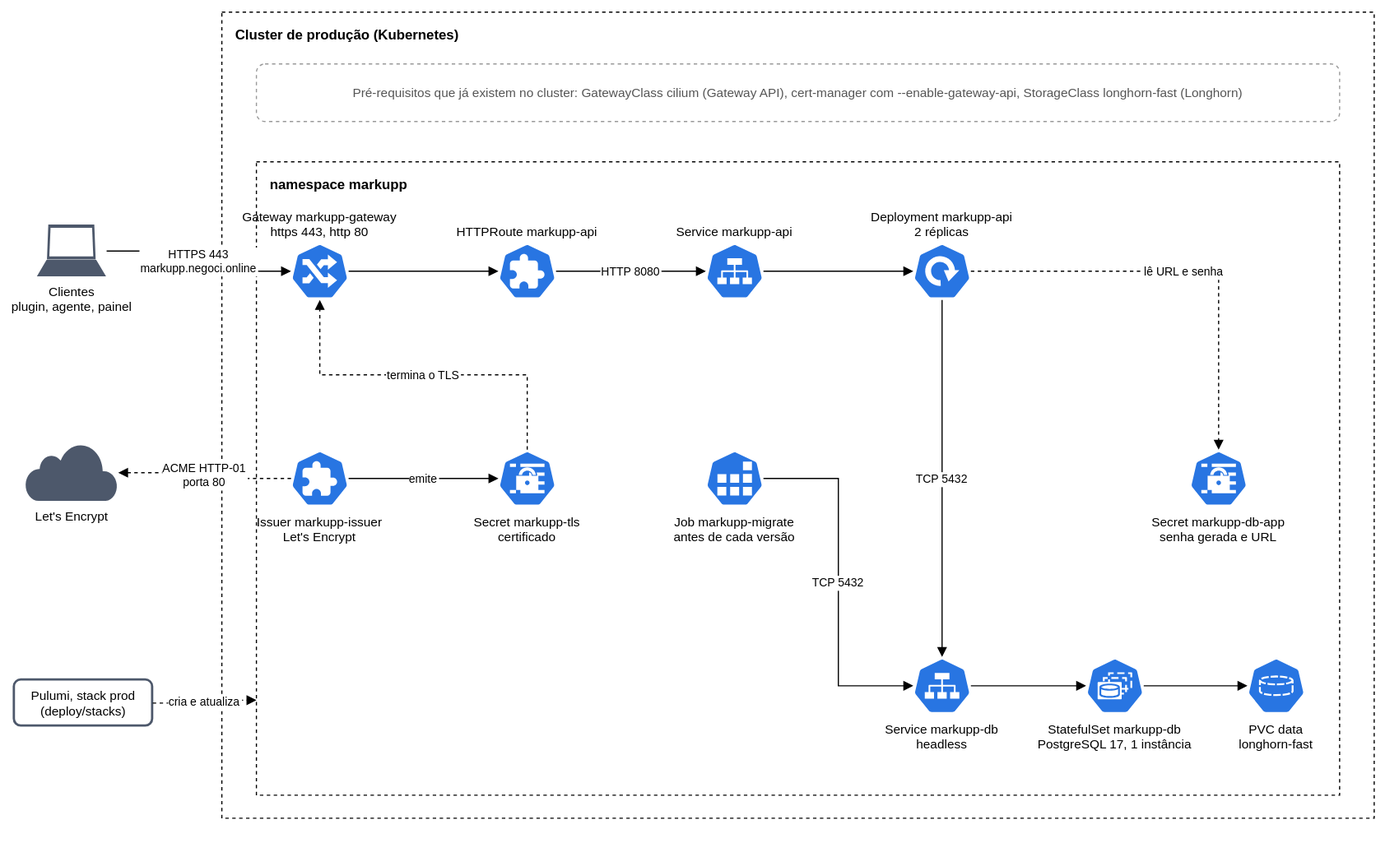
markupp-labs/markupp keeps this draw.io diagram as docs/diagrama-de-implantacao.drawio.svg. Above is the earlier version. Source tidied: cells renumbered, new cells last; positions are measured from the earlier drawing's top-left corner, leaving out a move shared by most shapes. The source it was exported from:
```xml
<mxGraphModel>
  <root>
    <mxCell id="0" />
    <mxCell id="1" parent="0" />
    <mxCell id="2" value="Cluster de produção (Kubernetes)" style="rounded=0;html=0;verticalAlign=top;align=left;spacingLeft=10;spacingTop=6;fillColor=none;dashed=1;fontSize=12;fontStyle=1;strokeColor=light-dark(#000000,#7EA6E0);" parent="1" vertex="1">
      <mxGeometry x="180" width="1000" height="700" as="geometry" />
    </mxCell>
    <mxCell id="3" value="Pré-requisitos que já existem no cluster: GatewayClass cilium (Gateway API), cert-manager com --enable-gateway-api, StorageClass longhorn-fast (Longhorn)" style="rounded=1;html=0;fillColor=none;dashed=1;fontSize=11;strokeColor=#999999;fontColor=#555555;" parent="1" vertex="1">
      <mxGeometry x="210" y="45" width="940" height="50" as="geometry" />
    </mxCell>
    <mxCell id="4" value="namespace markupp" style="rounded=0;html=0;verticalAlign=top;align=left;spacingLeft=10;spacingTop=6;fillColor=none;dashed=1;fontSize=12;fontStyle=1;strokeColor=light-dark(#000000,#7EA6E0);" parent="1" vertex="1">
      <mxGeometry x="210" y="130" width="940" height="550" as="geometry" />
    </mxCell>
    <mxCell id="5" value="Gateway markupp-gateway&#10;https 443, http 80" style="sketch=0;html=0;dashed=0;verticalLabelPosition=bottom;verticalAlign=top;align=center;fontSize=11;shape=mxgraph.kubernetes.icon;fillColor=#2875E2;strokeColor=#ffffff;prIcon=ing;verticalLabelPosition=top;verticalAlign=bottom;" parent="1" vertex="1">
      <mxGeometry x="240" y="200" width="50" height="50" as="geometry" />
    </mxCell>
    <mxCell id="6" value="HTTPRoute markupp-api" style="sketch=0;html=0;dashed=0;verticalLabelPosition=bottom;verticalAlign=top;align=center;fontSize=11;shape=mxgraph.kubernetes.icon;fillColor=#2875E2;strokeColor=#ffffff;prIcon=crd;verticalLabelPosition=top;verticalAlign=bottom;" parent="1" vertex="1">
      <mxGeometry x="420" y="200" width="50" height="50" as="geometry" />
    </mxCell>
    <mxCell id="7" value="Service markupp-api" style="sketch=0;html=0;dashed=0;verticalLabelPosition=bottom;verticalAlign=top;align=center;fontSize=11;shape=mxgraph.kubernetes.icon;fillColor=#2875E2;strokeColor=#ffffff;prIcon=svc;verticalLabelPosition=top;verticalAlign=bottom;" parent="1" vertex="1">
      <mxGeometry x="600" y="200" width="50" height="50" as="geometry" />
    </mxCell>
    <mxCell id="8" value="Deployment markupp-api&#10;2 réplicas" style="sketch=0;html=0;dashed=0;verticalLabelPosition=bottom;verticalAlign=top;align=center;fontSize=11;shape=mxgraph.kubernetes.icon;fillColor=#2875E2;strokeColor=#ffffff;prIcon=deploy;verticalLabelPosition=top;verticalAlign=bottom;" parent="1" vertex="1">
      <mxGeometry x="780" y="200" width="50" height="50" as="geometry" />
    </mxCell>
    <mxCell id="9" value="Issuer markupp-issuer&#10;Let's Encrypt" style="sketch=0;html=0;dashed=0;verticalLabelPosition=bottom;verticalAlign=top;align=center;fontSize=11;shape=mxgraph.kubernetes.icon;fillColor=#2875E2;strokeColor=#ffffff;prIcon=crd;" parent="1" vertex="1">
      <mxGeometry x="240" y="380" width="50" height="50" as="geometry" />
    </mxCell>
    <mxCell id="10" value="Secret markupp-tls&#10;certificado" style="sketch=0;html=0;dashed=0;verticalLabelPosition=bottom;verticalAlign=top;align=center;fontSize=11;shape=mxgraph.kubernetes.icon;fillColor=#2875E2;strokeColor=#ffffff;prIcon=secret;" parent="1" vertex="1">
      <mxGeometry x="420" y="380" width="50" height="50" as="geometry" />
    </mxCell>
    <mxCell id="11" value="Job markupp-migrate&#10;antes de cada versão" style="sketch=0;html=0;dashed=0;verticalLabelPosition=bottom;verticalAlign=top;align=center;fontSize=11;shape=mxgraph.kubernetes.icon;fillColor=#2875E2;strokeColor=#ffffff;prIcon=job;" parent="1" vertex="1">
      <mxGeometry x="600" y="380" width="50" height="50" as="geometry" />
    </mxCell>
    <mxCell id="12" value="Secret markupp-db-app&#10;senha gerada e URL" style="sketch=0;html=0;dashed=0;verticalLabelPosition=bottom;verticalAlign=top;align=center;fontSize=11;shape=mxgraph.kubernetes.icon;fillColor=#2875E2;strokeColor=#ffffff;prIcon=secret;" parent="1" vertex="1">
      <mxGeometry x="1020" y="380" width="50" height="50" as="geometry" />
    </mxCell>
    <mxCell id="13" value="Service markupp-db&#10;headless" style="sketch=0;html=0;dashed=0;verticalLabelPosition=bottom;verticalAlign=top;align=center;fontSize=11;shape=mxgraph.kubernetes.icon;fillColor=#2875E2;strokeColor=#ffffff;prIcon=svc;" parent="1" vertex="1">
      <mxGeometry x="780" y="560" width="50" height="50" as="geometry" />
    </mxCell>
    <mxCell id="14" value="StatefulSet markupp-db&#10;PostgreSQL 17, 1 instância" style="sketch=0;html=0;dashed=0;verticalLabelPosition=bottom;verticalAlign=top;align=center;fontSize=11;shape=mxgraph.kubernetes.icon;fillColor=#2875E2;strokeColor=#ffffff;prIcon=sts;" parent="1" vertex="1">
      <mxGeometry x="930" y="560" width="50" height="50" as="geometry" />
    </mxCell>
    <mxCell id="15" value="PVC data&#10;longhorn-fast" style="sketch=0;html=0;dashed=0;verticalLabelPosition=bottom;verticalAlign=top;align=center;fontSize=11;shape=mxgraph.kubernetes.icon;fillColor=#2875E2;strokeColor=#ffffff;prIcon=pvc;" parent="1" vertex="1">
      <mxGeometry x="1070" y="560" width="50" height="50" as="geometry" />
    </mxCell>
    <mxCell id="16" value="Clientes&#10;plugin, agente, painel" style="sketch=0;html=0;verticalLabelPosition=bottom;verticalAlign=top;align=center;fontSize=11;fillColor=#4D586B;strokeColor=none;shape=mxgraph.networks.laptop;" parent="1" vertex="1">
      <mxGeometry x="20" y="185" width="60" height="45" as="geometry" />
    </mxCell>
    <mxCell id="17" value="Let's Encrypt" style="sketch=0;html=0;verticalLabelPosition=bottom;verticalAlign=top;align=center;fontSize=11;fillColor=#4D586B;strokeColor=none;shape=mxgraph.networks.cloud;" parent="1" vertex="1">
      <mxGeometry x="10" y="375" width="80" height="50" as="geometry" />
    </mxCell>
    <mxCell id="18" value="Pulumi, stack prod&#10;(deploy/stacks)" style="rounded=1;html=0;fontSize=11;fillColor=none;strokeColor=#4D586B;strokeWidth=2;" parent="1" vertex="1">
      <mxGeometry y="580" width="120" height="40" as="geometry" />
    </mxCell>
    <mxCell id="19" value="HTTPS 443&#10;markupp.negoci.online" style="edgeStyle=orthogonalEdgeStyle;rounded=0;html=0;fontSize=10;endArrow=block;endFill=1;" parent="1" edge="1" source="16" target="5">
      <mxGeometry relative="1" as="geometry" />
    </mxCell>
    <mxCell id="20" style="edgeStyle=orthogonalEdgeStyle;rounded=0;html=0;fontSize=10;endArrow=block;endFill=1;" parent="1" edge="1" source="5" target="6">
      <mxGeometry relative="1" as="geometry" />
    </mxCell>
    <mxCell id="21" value="HTTP 8080" style="edgeStyle=orthogonalEdgeStyle;rounded=0;html=0;fontSize=10;endArrow=block;endFill=1;" parent="1" edge="1" source="6" target="7">
      <mxGeometry relative="1" as="geometry" />
    </mxCell>
    <mxCell id="22" style="edgeStyle=orthogonalEdgeStyle;rounded=0;html=0;fontSize=10;endArrow=block;endFill=1;" parent="1" edge="1" source="7" target="8">
      <mxGeometry relative="1" as="geometry" />
    </mxCell>
    <mxCell id="23" value="TCP 5432" style="edgeStyle=orthogonalEdgeStyle;rounded=0;html=0;fontSize=10;endArrow=block;endFill=1;exitX=0.5;exitY=1;exitDx=0;exitDy=0;entryX=0.5;entryY=0;entryDx=0;entryDy=0;" parent="1" edge="1" source="8" target="13">
      <mxGeometry relative="1" as="geometry" />
    </mxCell>
    <mxCell id="24" value="TCP 5432" style="edgeStyle=orthogonalEdgeStyle;rounded=0;html=0;fontSize=10;endArrow=block;endFill=1;exitX=1;exitY=0.5;exitDx=0;exitDy=0;entryX=0;entryY=0.5;entryDx=0;entryDy=0;" parent="1" edge="1" source="11" target="13">
      <mxGeometry relative="1" as="geometry" />
    </mxCell>
    <mxCell id="25" style="edgeStyle=orthogonalEdgeStyle;rounded=0;html=0;fontSize=10;endArrow=block;endFill=1;" parent="1" edge="1" source="13" target="14">
      <mxGeometry relative="1" as="geometry" />
    </mxCell>
    <mxCell id="26" style="edgeStyle=orthogonalEdgeStyle;rounded=0;html=0;fontSize=10;endArrow=block;endFill=1;" parent="1" edge="1" source="14" target="15">
      <mxGeometry relative="1" as="geometry" />
    </mxCell>
    <mxCell id="27" value="emite" style="edgeStyle=orthogonalEdgeStyle;rounded=0;html=0;fontSize=10;endArrow=block;endFill=1;" parent="1" edge="1" source="9" target="10">
      <mxGeometry relative="1" as="geometry" />
    </mxCell>
    <mxCell id="28" value="termina o TLS" style="edgeStyle=orthogonalEdgeStyle;rounded=0;html=0;fontSize=10;endArrow=block;endFill=1;exitX=0.5;exitY=0;exitDx=0;exitDy=0;entryX=0.5;entryY=1;entryDx=0;entryDy=0;dashed=1;" parent="1" edge="1" source="10" target="5">
      <mxGeometry relative="1" as="geometry" />
    </mxCell>
    <mxCell id="29" value="ACME HTTP-01&#10;porta 80" style="edgeStyle=orthogonalEdgeStyle;rounded=0;html=0;fontSize=10;endArrow=block;endFill=1;dashed=1;" parent="1" edge="1" source="9" target="17">
      <mxGeometry relative="1" as="geometry" />
    </mxCell>
    <mxCell id="30" value="lê URL e senha" style="edgeStyle=orthogonalEdgeStyle;rounded=0;html=0;fontSize=10;endArrow=block;endFill=1;exitX=1;exitY=0.5;exitDx=0;exitDy=0;entryX=0.5;entryY=0;entryDx=0;entryDy=0;dashed=1;" parent="1" edge="1" source="8" target="12">
      <mxGeometry relative="1" as="geometry" />
    </mxCell>
    <mxCell id="31" value="cria e atualiza" style="edgeStyle=orthogonalEdgeStyle;rounded=0;html=0;fontSize=10;endArrow=block;endFill=1;dashed=1;entryX=0;entryY=0.85;entryDx=0;entryDy=0;" parent="1" edge="1" source="18" target="4">
      <mxGeometry relative="1" as="geometry" />
    </mxCell>
  </root>
</mxGraphModel>
```
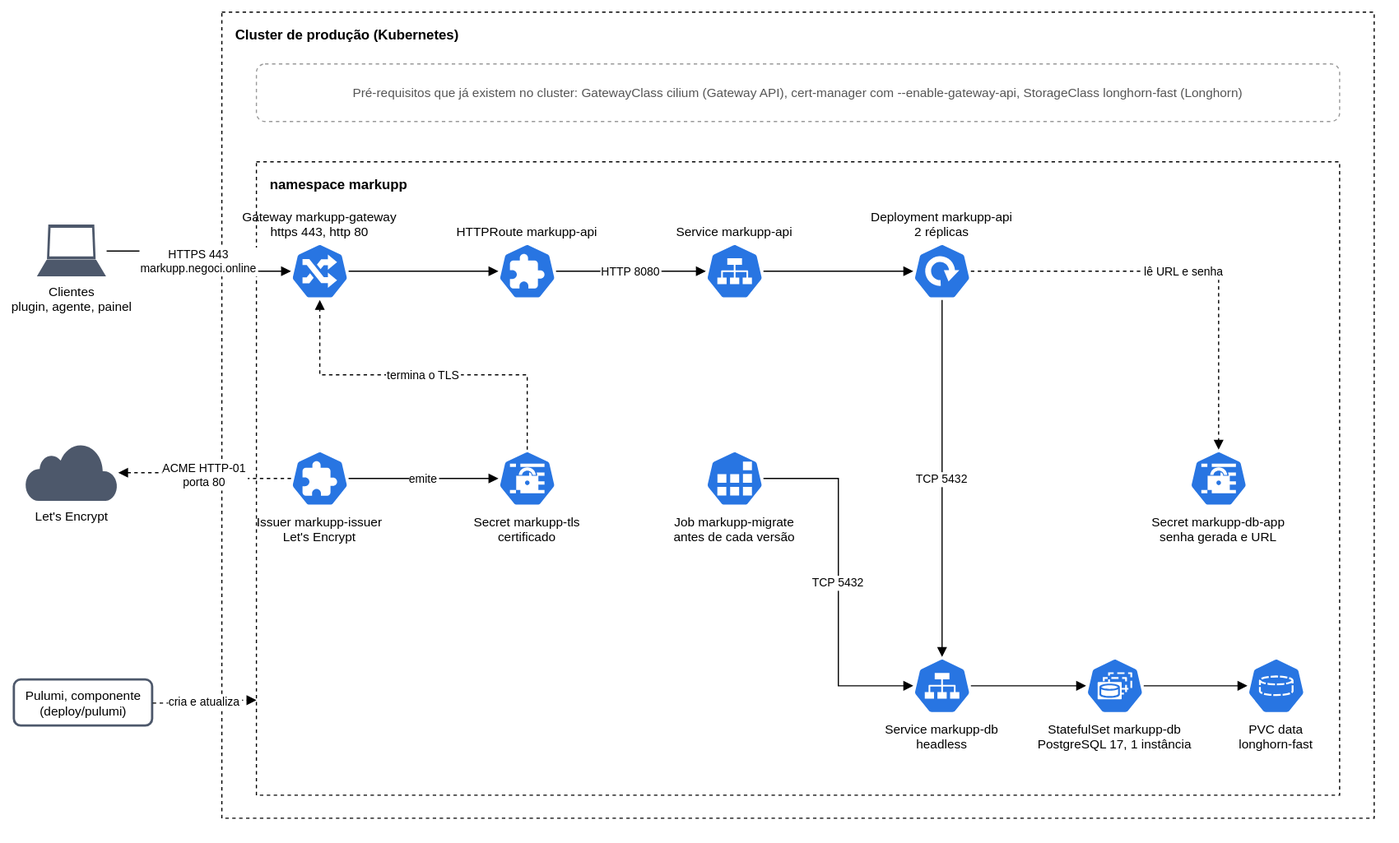
Later version of the same file.

Commit message:
docs: aponta o diagrama de implantação para o componente Pulumi

Diff of the diagram source:
```diff
@@ -50,7 +50,7 @@
     <mxCell id="17" value="Let's Encrypt" style="sketch=0;html=0;verticalLabelPosition=bottom;verticalAlign=top;align=center;fontSize=11;fillColor=#4D586B;strokeColor=none;shape=mxgraph.networks.cloud;" parent="1" vertex="1">
       <mxGeometry x="10" y="375" width="80" height="50" as="geometry" />
     </mxCell>
-    <mxCell id="18" value="Pulumi, stack prod&#10;(deploy/stacks)" style="rounded=1;html=0;fontSize=11;fillColor=none;strokeColor=#4D586B;strokeWidth=2;" parent="1" vertex="1">
+    <mxCell id="18" value="Pulumi, componente&#10;(deploy/pulumi)" style="rounded=1;html=0;fontSize=11;fillColor=none;strokeColor=#4D586B;strokeWidth=2;" parent="1" vertex="1">
       <mxGeometry y="580" width="120" height="40" as="geometry" />
     </mxCell>
     <mxCell id="19" value="HTTPS 443&#10;markupp.negoci.online" style="edgeStyle=orthogonalEdgeStyle;rounded=0;html=0;fontSize=10;endArrow=block;endFill=1;" parent="1" edge="1" source="16" target="5">
```
